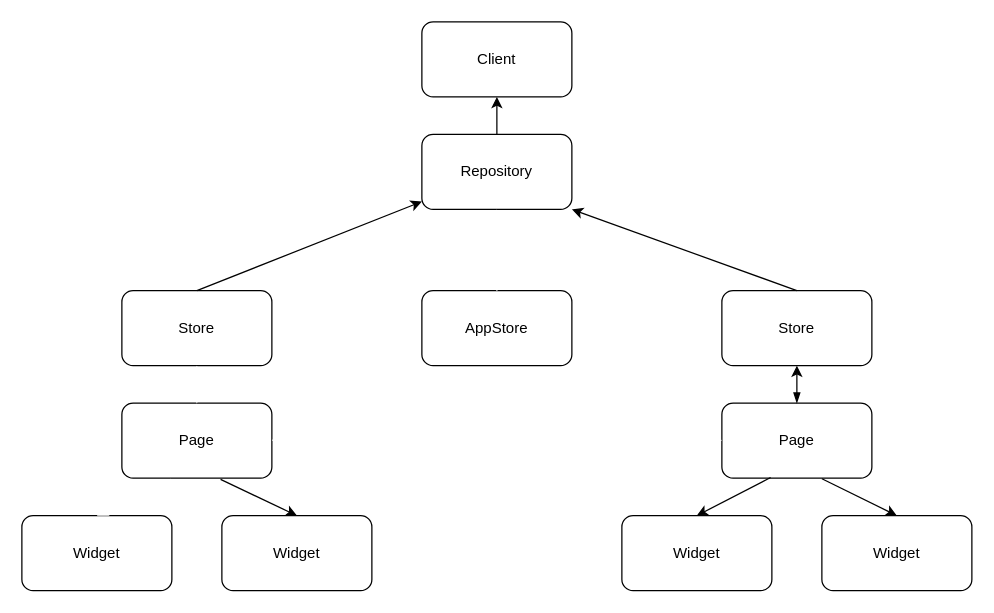
CA21engineer/Gotties-Client keeps this draw.io diagram as docs/archi_diagram.drawio. Above is the earlier version. Source tidied: cells renumbered, new cells numbered last; positions are measured from the earlier drawing's top-left corner, leaving out a move shared by most shapes. Both pictures are drawn from the tidied source at 125%, with x=0, y=0 at pixel (21, 21).
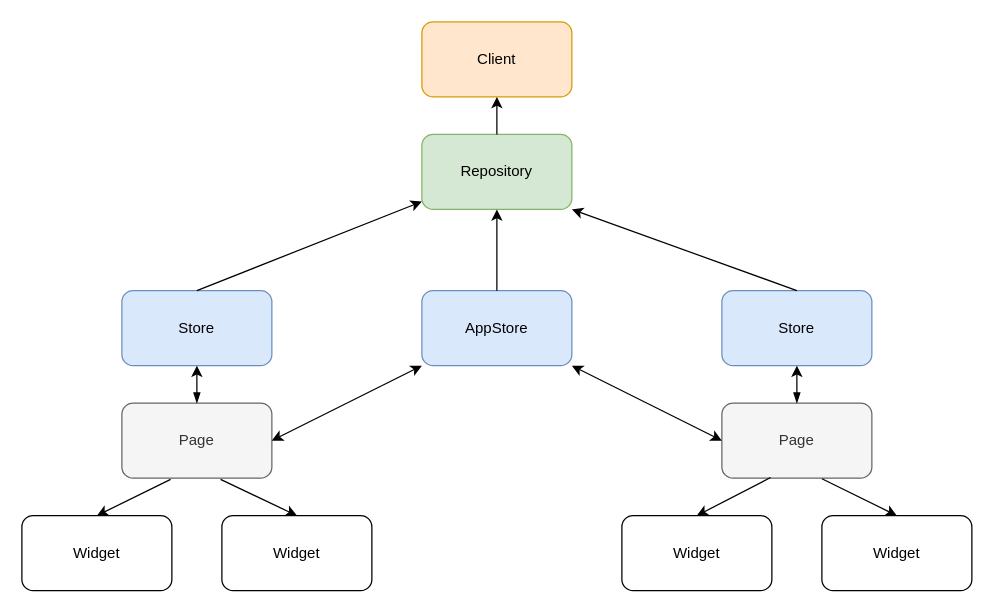
After the change.

Unchanged cells that the change refers to:
```xml
<mxCell id="14" value="Widget" style="rounded=1;whiteSpace=wrap;html=1;" parent="1" vertex="1">
  <mxGeometry y="395" width="120" height="60" as="geometry" />
</mxCell>
```

Change to the diagram source:
```diff
@@
-    <mxCell id="2" value="Page" style="rounded=1;whiteSpace=wrap;html=1;" parent="1" vertex="1">
+    <mxCell id="2" value="Page" style="rounded=1;whiteSpace=wrap;html=1;fillColor=#f5f5f5;strokeColor=#666666;fontColor=#333333;" parent="1" vertex="1">
       <mxGeometry x="560" y="305" width="120" height="60" as="geometry" />
     </mxCell>
@@
-    <mxCell id="7" value="Store" style="rounded=1;whiteSpace=wrap;html=1;" parent="1" vertex="1">
+    <mxCell id="7" value="Store" style="rounded=1;whiteSpace=wrap;html=1;fillColor=#dae8fc;strokeColor=#6c8ebf;" parent="1" vertex="1">
       <mxGeometry x="560" y="215" width="120" height="60" as="geometry" />
     </mxCell>
@@
-    <mxCell id="9" value="Repository" style="rounded=1;whiteSpace=wrap;html=1;" parent="1" vertex="1">
+    <mxCell id="9" value="Repository" style="rounded=1;whiteSpace=wrap;html=1;fillColor=#d5e8d4;strokeColor=#82b366;" parent="1" vertex="1">
       <mxGeometry x="320" y="90" width="120" height="60" as="geometry" />
     </mxCell>
@@
-    <mxCell id="11" value="Client" style="rounded=1;whiteSpace=wrap;html=1;" parent="1" vertex="1">
+    <mxCell id="11" value="Client" style="rounded=1;whiteSpace=wrap;html=1;fillColor=#ffe6cc;strokeColor=#d79b00;" parent="1" vertex="1">
       <mxGeometry x="320" width="120" height="60" as="geometry" />
     </mxCell>
@@
-    <mxCell id="13" value="Page" style="rounded=1;whiteSpace=wrap;html=1;" parent="1" vertex="1">
+    <mxCell id="13" value="Page" style="rounded=1;whiteSpace=wrap;html=1;fillColor=#f5f5f5;strokeColor=#666666;fontColor=#333333;" parent="1" vertex="1">
       <mxGeometry x="80" y="305" width="120" height="60" as="geometry" />
     </mxCell>
@@
-    <mxCell id="17" value="Store" style="rounded=1;whiteSpace=wrap;html=1;" parent="1" vertex="1">
+    <mxCell id="17" value="Store" style="rounded=1;whiteSpace=wrap;html=1;fillColor=#dae8fc;strokeColor=#6c8ebf;" parent="1" vertex="1">
       <mxGeometry x="80" y="215" width="120" height="60" as="geometry" />
     </mxCell>
-    <mxCell id="18" style="endArrow=classic;html=1;entryX=0.5;entryY=1;entryDx=0;entryDy=0;exitX=0.5;exitY=0;exitDx=0;exitDy=0;strokeColor=#FFFFFF;startArrow=blockThin;startFill=1;" parent="1" edge="1" source="13" target="17">
+    <mxCell id="18" style="endArrow=classic;html=1;entryX=0.5;entryY=1;entryDx=0;entryDy=0;exitX=0.5;exitY=0;exitDx=0;exitDy=0;startArrow=blockThin;startFill=1;" parent="1" edge="1" source="13" target="17">
       <mxGeometry relative="1" as="geometry" />
     </mxCell>
@@
-    <mxCell id="20" style="endArrow=classic;html=1;strokeColor=#FFFFFF;entryX=0.5;entryY=0;entryDx=0;entryDy=0;exitX=0.325;exitY=1.017;exitDx=0;exitDy=0;exitPerimeter=0;" parent="1" edge="1" source="13" target="14">
+    <mxCell id="20" style="endArrow=classic;html=1;entryX=0.5;entryY=0;entryDx=0;entryDy=0;exitX=0.325;exitY=1.017;exitDx=0;exitDy=0;exitPerimeter=0;" parent="1" edge="1" source="13" target="14">
       <mxGeometry relative="1" as="geometry" />
     </mxCell>
-    <mxCell id="21" value="AppStore" style="rounded=1;whiteSpace=wrap;html=1;" parent="1" vertex="1">
+    <mxCell id="21" value="AppStore" style="rounded=1;whiteSpace=wrap;html=1;fillColor=#dae8fc;strokeColor=#6c8ebf;" parent="1" vertex="1">
       <mxGeometry x="320" y="215" width="120" height="60" as="geometry" />
     </mxCell>
-    <mxCell id="22" style="endArrow=classic;startArrow=classic;html=1;strokeColor=#FFFFFF;exitX=1;exitY=0.5;exitDx=0;exitDy=0;entryX=0;entryY=1;entryDx=0;entryDy=0;" parent="1" edge="1" source="13" target="21">
+    <mxCell id="22" style="endArrow=classic;startArrow=classic;html=1;exitX=1;exitY=0.5;exitDx=0;exitDy=0;entryX=0;entryY=1;entryDx=0;entryDy=0;" parent="1" edge="1" source="13" target="21">
       <mxGeometry relative="1" as="geometry" />
     </mxCell>
-    <mxCell id="23" style="endArrow=classic;startArrow=classic;html=1;strokeColor=#FFFFFF;entryX=0;entryY=0.5;entryDx=0;entryDy=0;exitX=1;exitY=1;exitDx=0;exitDy=0;" parent="1" edge="1" source="21" target="2">
+    <mxCell id="23" style="endArrow=classic;startArrow=classic;html=1;entryX=0;entryY=0.5;entryDx=0;entryDy=0;exitX=1;exitY=1;exitDx=0;exitDy=0;" parent="1" edge="1" source="21" target="2">
       <mxGeometry relative="1" as="geometry" />
     </mxCell>
-    <mxCell id="24" style="endArrow=classic;html=1;strokeColor=#FFFFFF;entryX=0.5;entryY=1;entryDx=0;entryDy=0;exitX=0.5;exitY=0;exitDx=0;exitDy=0;" parent="1" edge="1" source="21" target="9">
+    <mxCell id="24" style="endArrow=classic;html=1;entryX=0.5;entryY=1;entryDx=0;entryDy=0;exitX=0.5;exitY=0;exitDx=0;exitDy=0;" parent="1" edge="1" source="21" target="9">
       <mxGeometry relative="1" as="geometry" />
     </mxCell>
```
